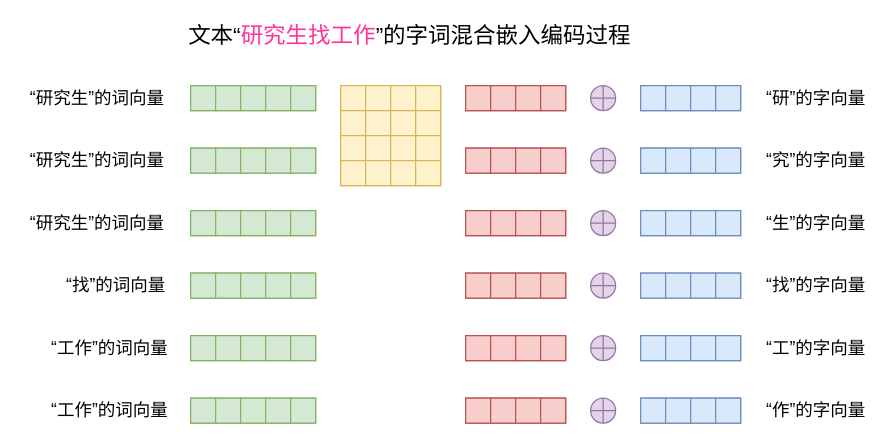
The draw.io diagram page "第 4 页" (4 of 10) of 未命名绘图.drawio in DOLO520/data-analysis, before the edit. Source tidied: cells renumbered, new cells numbered last; positions are measured from the earlier drawing's top-left corner, leaving out a move shared by most shapes. Both pictures are drawn from the tidied source at 125%, with x=0, y=0 at pixel (21, 22).
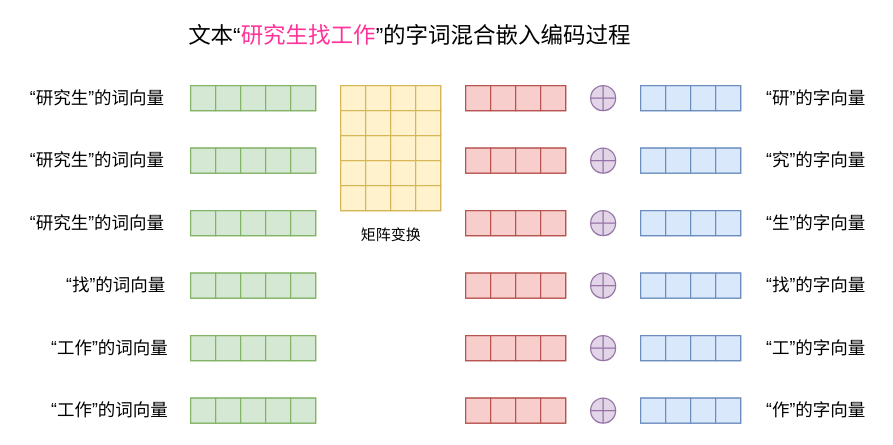
Above is the later version.

Commit message:
更新未命名绘图.drawio

Diff of the diagram source:
```diff
@@
+    <mxCell id="137" value="矩阵变换" style="text;html=1;align=center;verticalAlign=middle;strokeColor=none;" parent="1" vertex="1">
+      <mxGeometry x="265" y="160" width="60" height="20" as="geometry" />
+    </mxCell>
+    <mxCell id="138" style="group;fillColor=#fff2cc;strokeColor=#d6b656;" parent="1" vertex="1">
+      <mxGeometry x="255" y="130" width="80" height="20" as="geometry" />
+    </mxCell>
+    <mxCell id="139" style="rounded=0;whiteSpace=wrap;html=1;fillColor=#fff2cc;strokeColor=#d6b656;" parent="138" vertex="1">
+      <mxGeometry width="20" height="20" as="geometry" />
+    </mxCell>
+    <mxCell id="140" style="rounded=0;whiteSpace=wrap;html=1;fillColor=#fff2cc;strokeColor=#d6b656;" parent="138" vertex="1">
+      <mxGeometry x="20" width="20" height="20" as="geometry" />
+    </mxCell>
+    <mxCell id="141" style="rounded=0;whiteSpace=wrap;html=1;fillColor=#fff2cc;strokeColor=#d6b656;" parent="138" vertex="1">
+      <mxGeometry x="40" width="20" height="20" as="geometry" />
+    </mxCell>
+    <mxCell id="142" style="rounded=0;whiteSpace=wrap;html=1;fillColor=#fff2cc;strokeColor=#d6b656;" parent="138" vertex="1">
+      <mxGeometry x="60" width="20" height="20" as="geometry" />
+    </mxCell>
```
